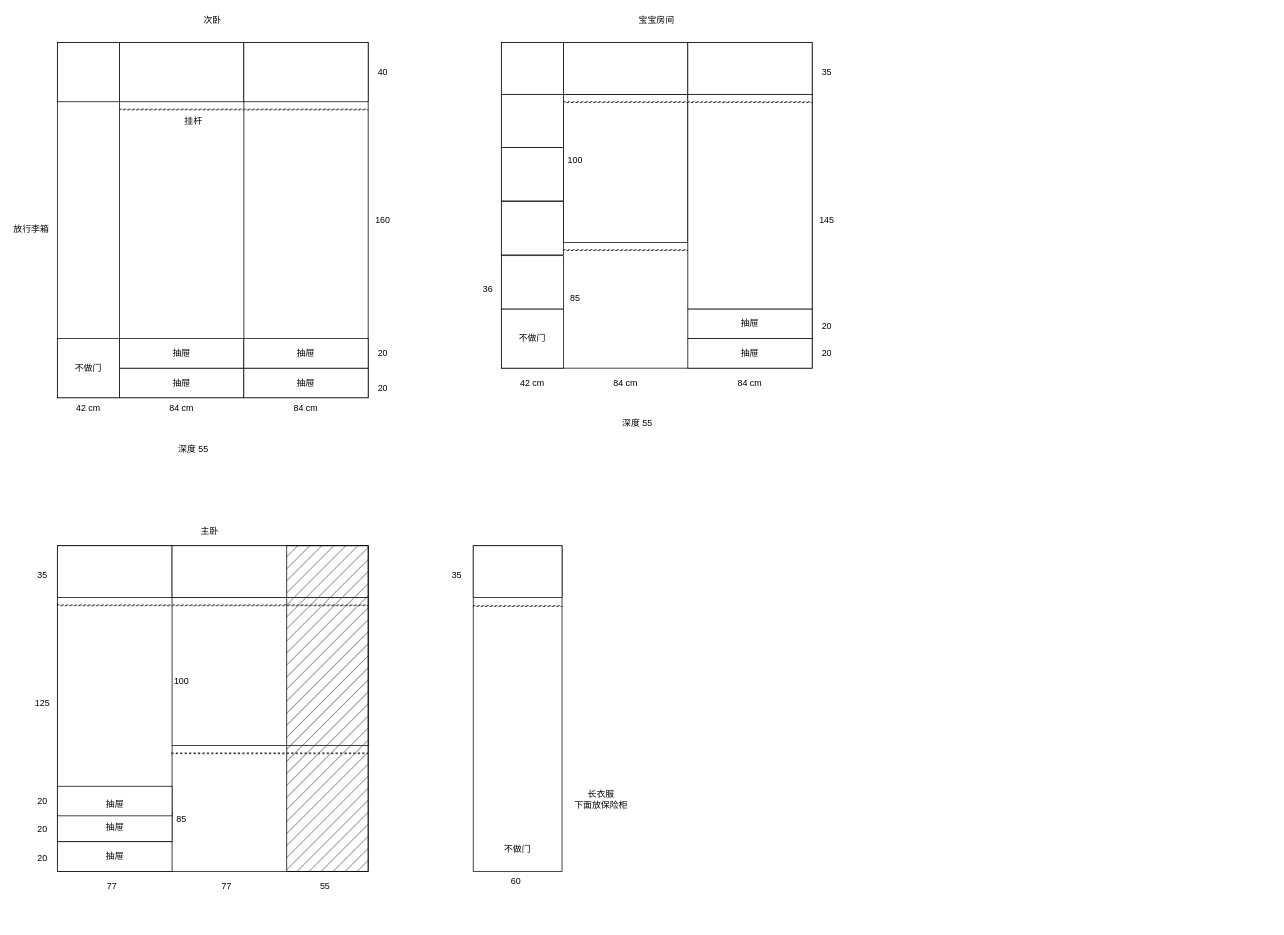
Above: imgs/未命名绘图.drawio in rainsbaby/notebook (draw.io), before the change. Source tidied: cells renumbered, new cells numbered last; positions are measured from the earlier drawing's top-left corner, leaving out a move shared by most shapes. Both pictures are drawn from the tidied source at 74%, with x=0, y=0 at pixel (13, 13).
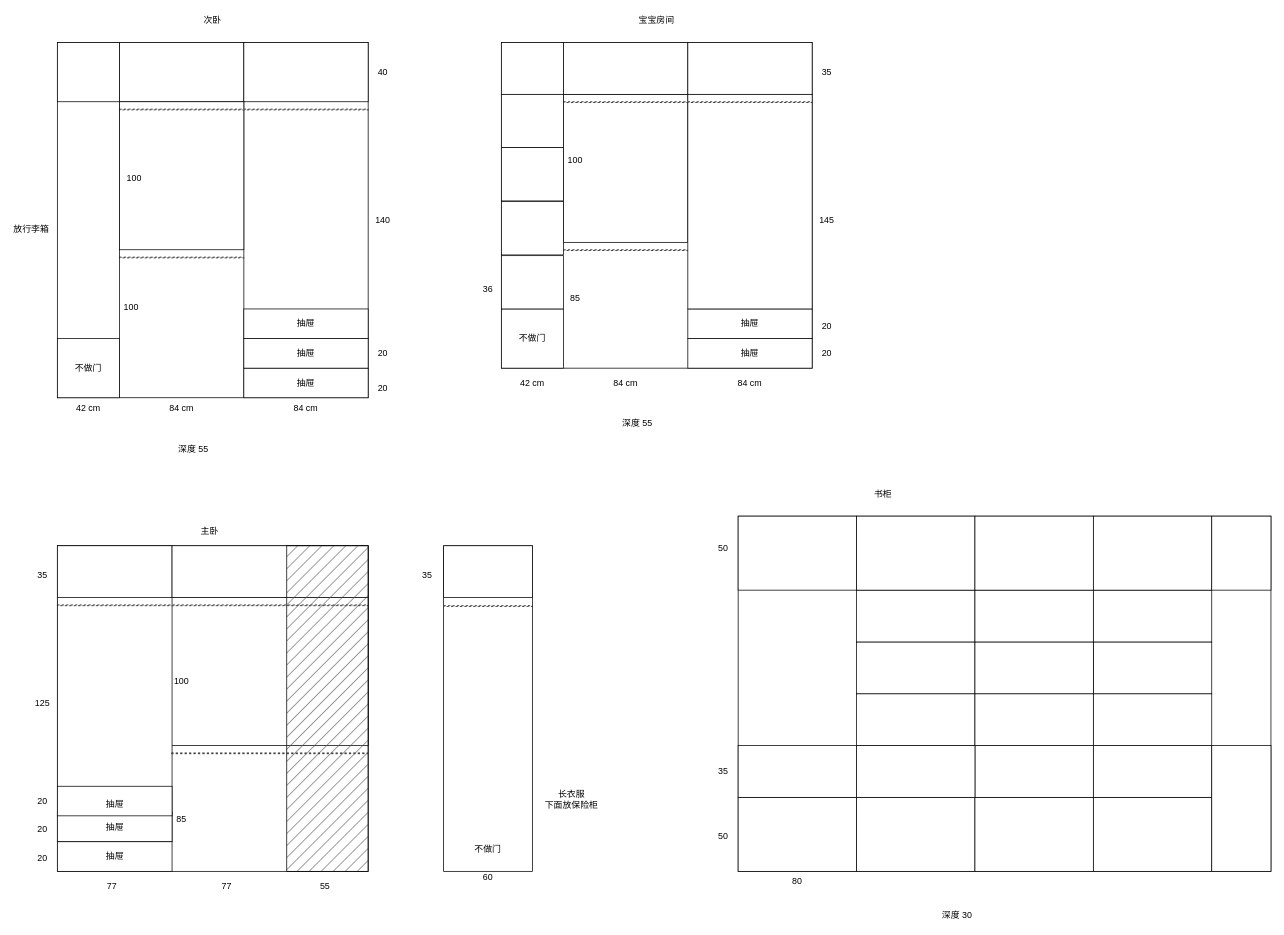
Above is the later version.

Commit message:
更新未命名绘图.drawio

The edit, as a diff of the source:
```diff
@@
+    <mxCell id="92" style="rounded=0;whiteSpace=wrap;html=1;" parent="1" vertex="1">
+      <mxGeometry x="980" y="680" width="720" height="480" as="geometry" />
+    </mxCell>
@@
-    <mxCell id="10" style="rounded=0;whiteSpace=wrap;html=1;" parent="1" vertex="1">
-      <mxGeometry x="144" y="480" width="168" height="40" as="geometry" />
-    </mxCell>
@@
     <mxCell id="12" style="rounded=0;whiteSpace=wrap;html=1;" parent="1" vertex="1">
-      <mxGeometry x="144" y="440" width="168" height="40" as="geometry" />
+      <mxGeometry x="312" y="400" width="168" height="40" as="geometry" />
     </mxCell>
@@
     <mxCell id="17" value="抽屉" style="text;html=1;strokeColor=none;fillColor=none;align=center;verticalAlign=middle;whiteSpace=wrap;rounded=0;" parent="1" vertex="1">
-      <mxGeometry x="198" y="445" width="60" height="30" as="geometry" />
+      <mxGeometry x="366" y="405" width="60" height="30" as="geometry" />
     </mxCell>
@@
-    <mxCell id="26" value="&lt;div&gt;160&lt;/div&gt;" style="text;html=1;strokeColor=none;fillColor=none;align=center;verticalAlign=middle;whiteSpace=wrap;rounded=0;" parent="1" vertex="1">
+    <mxCell id="26" value="140" style="text;html=1;strokeColor=none;fillColor=none;align=center;verticalAlign=middle;whiteSpace=wrap;rounded=0;" parent="1" vertex="1">
       <mxGeometry x="480" y="267.5" width="40" height="25" as="geometry" />
     </mxCell>
@@
-    <mxCell id="29" value="抽屉" style="text;html=1;strokeColor=none;fillColor=none;align=center;verticalAlign=middle;whiteSpace=wrap;rounded=0;" parent="1" vertex="1">
-      <mxGeometry x="198" y="485" width="60" height="30" as="geometry" />
-    </mxCell>
@@
-    <mxCell id="51" style="rounded=0;whiteSpace=wrap;html=1;dashed=1;" parent="1" vertex="1">
-      <mxGeometry x="144" y="130" width="336" height="1" as="geometry" />
-    </mxCell>
@@
     <mxCell id="68" style="rounded=0;whiteSpace=wrap;html=1;" parent="1" vertex="1">
-      <mxGeometry x="622" y="720" width="120" height="440" as="geometry" />
+      <mxGeometry x="582" y="720" width="120" height="440" as="geometry" />
     </mxCell>
     <mxCell id="69" style="rounded=0;whiteSpace=wrap;html=1;" parent="1" vertex="1">
-      <mxGeometry x="622" y="720" width="120" height="70" as="geometry" />
+      <mxGeometry x="582" y="720" width="120" height="70" as="geometry" />
     </mxCell>
@@
     <mxCell id="83" value="60" style="text;html=1;strokeColor=none;fillColor=none;align=center;verticalAlign=middle;whiteSpace=wrap;rounded=0;" parent="1" vertex="1">
-      <mxGeometry x="660" y="1160" width="40" height="25" as="geometry" />
+      <mxGeometry x="622" y="1155" width="40" height="25" as="geometry" />
     </mxCell>
     <mxCell id="84" value="不做门" style="text;html=1;strokeColor=none;fillColor=none;align=center;verticalAlign=middle;whiteSpace=wrap;rounded=0;" parent="1" vertex="1">
-      <mxGeometry x="652" y="1115" width="60" height="30" as="geometry" />
+      <mxGeometry x="612" y="1115" width="60" height="30" as="geometry" />
     </mxCell>
     <mxCell id="85" value="&lt;div&gt;长衣服&lt;/div&gt;&lt;div&gt;下面放保险柜&lt;br&gt;&lt;/div&gt;" style="text;html=1;strokeColor=none;fillColor=none;align=center;verticalAlign=middle;whiteSpace=wrap;rounded=0;" parent="1" vertex="1">
-      <mxGeometry x="744" y="1047.5" width="102" height="30" as="geometry" />
+      <mxGeometry x="704" y="1047.5" width="102" height="30" as="geometry" />
     </mxCell>
     <mxCell id="86" style="rounded=0;whiteSpace=wrap;html=1;dashed=1;" parent="1" vertex="1">
-      <mxGeometry x="622" y="801" width="120" height="1" as="geometry" />
+      <mxGeometry x="582" y="801" width="120" height="1" as="geometry" />
     </mxCell>
     <mxCell id="87" value="35" style="text;html=1;strokeColor=none;fillColor=none;align=center;verticalAlign=middle;whiteSpace=wrap;rounded=0;" parent="1" vertex="1">
-      <mxGeometry x="580" y="747.5" width="40" height="25" as="geometry" />
+      <mxGeometry x="540" y="747.5" width="40" height="25" as="geometry" />
     </mxCell>
@@
+    <mxCell id="93" style="rounded=0;whiteSpace=wrap;html=1;" parent="1" vertex="1">
+      <mxGeometry x="144" y="120" width="168" height="200" as="geometry" />
+    </mxCell>
+    <mxCell id="94" style="rounded=0;whiteSpace=wrap;html=1;dashed=1;" parent="1" vertex="1">
+      <mxGeometry x="144" y="330" width="168" height="1" as="geometry" />
+    </mxCell>
+    <mxCell id="51" style="rounded=0;whiteSpace=wrap;html=1;dashed=1;" parent="1" vertex="1">
+      <mxGeometry x="144" y="130" width="336" height="1" as="geometry" />
+    </mxCell>
+    <mxCell id="95" value="100" style="text;html=1;strokeColor=none;fillColor=none;align=center;verticalAlign=middle;whiteSpace=wrap;rounded=0;" parent="1" vertex="1">
+      <mxGeometry x="144" y="211.2" width="40" height="25" as="geometry" />
+    </mxCell>
+    <mxCell id="96" value="100" style="text;html=1;strokeColor=none;fillColor=none;align=center;verticalAlign=middle;whiteSpace=wrap;rounded=0;" parent="1" vertex="1">
+      <mxGeometry x="140" y="385" width="40" height="25" as="geometry" />
+    </mxCell>
+    <mxCell id="97" value="书柜" style="text;html=1;strokeColor=none;fillColor=none;align=center;verticalAlign=middle;whiteSpace=wrap;rounded=0;" parent="1" vertex="1">
+      <mxGeometry x="1140" y="640" width="72" height="20" as="geometry" />
+    </mxCell>
+    <mxCell id="98" style="rounded=0;whiteSpace=wrap;html=1;" parent="1" vertex="1">
+      <mxGeometry x="980" y="1060" width="160" height="100" as="geometry" />
+    </mxCell>
+    <mxCell id="99" style="rounded=0;whiteSpace=wrap;html=1;" parent="1" vertex="1">
+      <mxGeometry x="1140" y="1060" width="160" height="100" as="geometry" />
+    </mxCell>
+    <mxCell id="100" style="rounded=0;whiteSpace=wrap;html=1;" parent="1" vertex="1">
+      <mxGeometry x="1300" y="1060" width="160" height="100" as="geometry" />
+    </mxCell>
+    <mxCell id="101" style="rounded=0;whiteSpace=wrap;html=1;" parent="1" vertex="1">
+      <mxGeometry x="1460" y="1060" width="160" height="100" as="geometry" />
+    </mxCell>
+    <mxCell id="102" style="rounded=0;whiteSpace=wrap;html=1;" parent="1" vertex="1">
+      <mxGeometry x="1300" y="990" width="160" height="70" as="geometry" />
+    </mxCell>
+    <mxCell id="103" style="rounded=0;whiteSpace=wrap;html=1;" parent="1" vertex="1">
+      <mxGeometry x="1460" y="990" width="160" height="70" as="geometry" />
+    </mxCell>
+    <mxCell id="104" style="rounded=0;whiteSpace=wrap;html=1;" parent="1" vertex="1">
+      <mxGeometry x="1140" y="920" width="160" height="70" as="geometry" />
+    </mxCell>
+    <mxCell id="105" style="rounded=0;whiteSpace=wrap;html=1;" parent="1" vertex="1">
+      <mxGeometry x="1140" y="990" width="160" height="70" as="geometry" />
+    </mxCell>
+    <mxCell id="106" style="rounded=0;whiteSpace=wrap;html=1;" parent="1" vertex="1">
+      <mxGeometry x="1300" y="920" width="160" height="70" as="geometry" />
+    </mxCell>
+    <mxCell id="107" style="rounded=0;whiteSpace=wrap;html=1;" parent="1" vertex="1">
+      <mxGeometry x="1460" y="920" width="160" height="70" as="geometry" />
+    </mxCell>
+    <mxCell id="108" style="rounded=0;whiteSpace=wrap;html=1;" parent="1" vertex="1">
+      <mxGeometry x="1140" y="850" width="160" height="70" as="geometry" />
+    </mxCell>
+    <mxCell id="109" style="rounded=0;whiteSpace=wrap;html=1;" parent="1" vertex="1">
+      <mxGeometry x="1460" y="850" width="160" height="70" as="geometry" />
+    </mxCell>
+    <mxCell id="110" style="rounded=0;whiteSpace=wrap;html=1;" parent="1" vertex="1">
+      <mxGeometry x="1300" y="850" width="160" height="70" as="geometry" />
+    </mxCell>
+    <mxCell id="111" style="rounded=0;whiteSpace=wrap;html=1;" parent="1" vertex="1">
+      <mxGeometry x="1140" y="780" width="160" height="70" as="geometry" />
+    </mxCell>
+    <mxCell id="112" style="rounded=0;whiteSpace=wrap;html=1;" parent="1" vertex="1">
+      <mxGeometry x="1300" y="780" width="160" height="70" as="geometry" />
+    </mxCell>
+    <mxCell id="113" style="rounded=0;whiteSpace=wrap;html=1;" parent="1" vertex="1">
+      <mxGeometry x="1460" y="780" width="160" height="70" as="geometry" />
+    </mxCell>
+    <mxCell id="114" style="rounded=0;whiteSpace=wrap;html=1;" parent="1" vertex="1">
+      <mxGeometry x="980" y="680" width="160" height="100" as="geometry" />
+    </mxCell>
+    <mxCell id="115" style="rounded=0;whiteSpace=wrap;html=1;" parent="1" vertex="1">
+      <mxGeometry x="1140" y="680" width="160" height="100" as="geometry" />
+    </mxCell>
+    <mxCell id="116" style="rounded=0;whiteSpace=wrap;html=1;" parent="1" vertex="1">
+      <mxGeometry x="1300" y="680" width="160" height="100" as="geometry" />
+    </mxCell>
+    <mxCell id="117" style="rounded=0;whiteSpace=wrap;html=1;" parent="1" vertex="1">
+      <mxGeometry x="1460" y="680" width="160" height="100" as="geometry" />
+    </mxCell>
+    <mxCell id="118" style="rounded=0;whiteSpace=wrap;html=1;" parent="1" vertex="1">
+      <mxGeometry x="1620" y="680" width="80" height="100" as="geometry" />
+    </mxCell>
+    <mxCell id="119" style="rounded=0;whiteSpace=wrap;html=1;" parent="1" vertex="1">
+      <mxGeometry x="1620" y="990" width="80" height="170" as="geometry" />
+    </mxCell>
+    <mxCell id="120" style="rounded=0;whiteSpace=wrap;html=1;" parent="1" vertex="1">
+      <mxGeometry x="980" y="990" width="160" height="70" as="geometry" />
+    </mxCell>
+    <mxCell id="121" value="深度 30" style="text;html=1;strokeColor=none;fillColor=none;align=center;verticalAlign=middle;whiteSpace=wrap;rounded=0;" parent="1" vertex="1">
+      <mxGeometry x="1240" y="1210" width="72" height="20" as="geometry" />
+    </mxCell>
+    <mxCell id="122" value="50" style="text;html=1;strokeColor=none;fillColor=none;align=center;verticalAlign=middle;whiteSpace=wrap;rounded=0;" parent="1" vertex="1">
+      <mxGeometry x="940" y="1100" width="40" height="25" as="geometry" />
+    </mxCell>
+    <mxCell id="123" value="35" style="text;html=1;strokeColor=none;fillColor=none;align=center;verticalAlign=middle;whiteSpace=wrap;rounded=0;" parent="1" vertex="1">
+      <mxGeometry x="940" y="1012.5" width="40" height="25" as="geometry" />
+    </mxCell>
+    <mxCell id="124" value="50" style="text;html=1;strokeColor=none;fillColor=none;align=center;verticalAlign=middle;whiteSpace=wrap;rounded=0;" parent="1" vertex="1">
+      <mxGeometry x="940" y="710" width="40" height="25" as="geometry" />
+    </mxCell>
+    <mxCell id="125" value="80" style="text;html=1;strokeColor=none;fillColor=none;align=center;verticalAlign=middle;whiteSpace=wrap;rounded=0;" parent="1" vertex="1">
+      <mxGeometry x="1040" y="1160" width="40" height="25" as="geometry" />
+    </mxCell>
```
